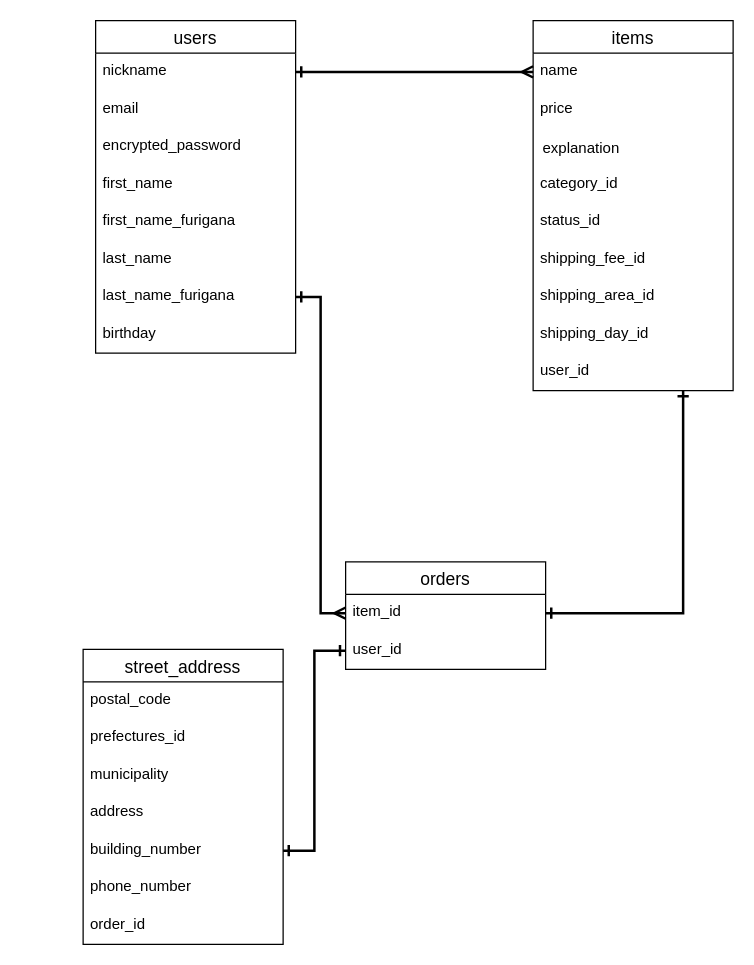
Before: app/ER.dio in tatsunori-koharu/furima-31710, a draw.io diagram. Source tidied: cells renumbered, new cells numbered last; positions are measured from the earlier drawing's top-left corner, leaving out a move shared by most shapes. Both pictures are drawn from the tidied source at 125%, with x=0, y=0 at pixel (82, 20).
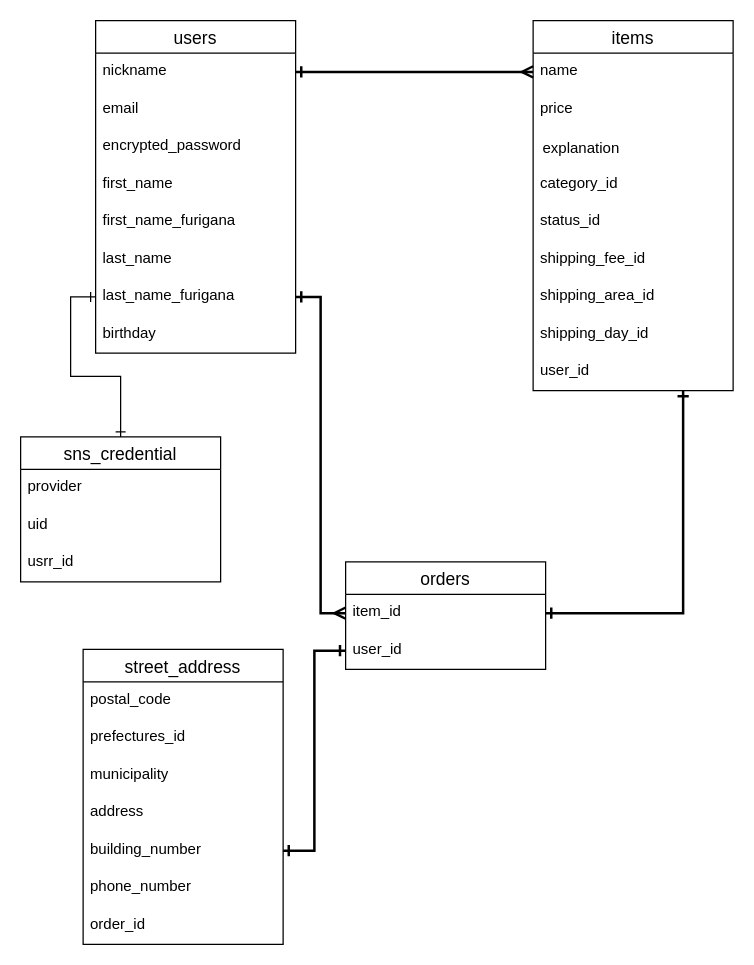
Above is the later version.

The change refers to these unchanged cells:
```xml
<mxCell id="9" value="last_name_furigana" style="text;strokeColor=none;fillColor=none;spacingLeft=4;spacingRight=4;overflow=hidden;points=[[0,0.5],[1,0.5]];portConstraint=eastwest;fontSize=12;" parent="2" vertex="1">
  <mxGeometry y="206" width="160" height="30" as="geometry" />
</mxCell>
```

Diff of the diagram source:
```diff
@@
+    <mxCell id="36" style="edgeStyle=orthogonalEdgeStyle;rounded=0;jettySize=auto;html=1;exitX=0.5;exitY=0;exitDx=0;exitDy=0;entryX=0;entryY=0.5;entryDx=0;entryDy=0;startArrow=ERone;startFill=0;endArrow=ERone;endFill=0;" parent="1" edge="1" source="37" target="9">
+      <mxGeometry relative="1" as="geometry" />
+    </mxCell>
+    <mxCell id="37" value="sns_credential" style="swimlane;fontStyle=0;horizontal=1;startSize=26;align=center;fontSize=14;" parent="1" vertex="1">
+      <mxGeometry x="-50" y="333" width="160" height="116" as="geometry" />
+    </mxCell>
+    <mxCell id="38" value="provider" style="text;strokeColor=none;fillColor=none;spacingLeft=4;spacingRight=4;overflow=hidden;fontSize=12;" parent="37" vertex="1">
+      <mxGeometry y="26" width="160" height="30" as="geometry" />
+    </mxCell>
+    <mxCell id="39" value="uid" style="text;strokeColor=none;fillColor=none;spacingLeft=4;spacingRight=4;overflow=hidden;fontSize=12;" parent="37" vertex="1">
+      <mxGeometry y="56" width="160" height="30" as="geometry" />
+    </mxCell>
+    <mxCell id="40" value="usrr_id" style="text;strokeColor=none;fillColor=none;spacingLeft=4;spacingRight=4;overflow=hidden;fontSize=12;" parent="37" vertex="1">
+      <mxGeometry y="86" width="160" height="30" as="geometry" />
+    </mxCell>
```
